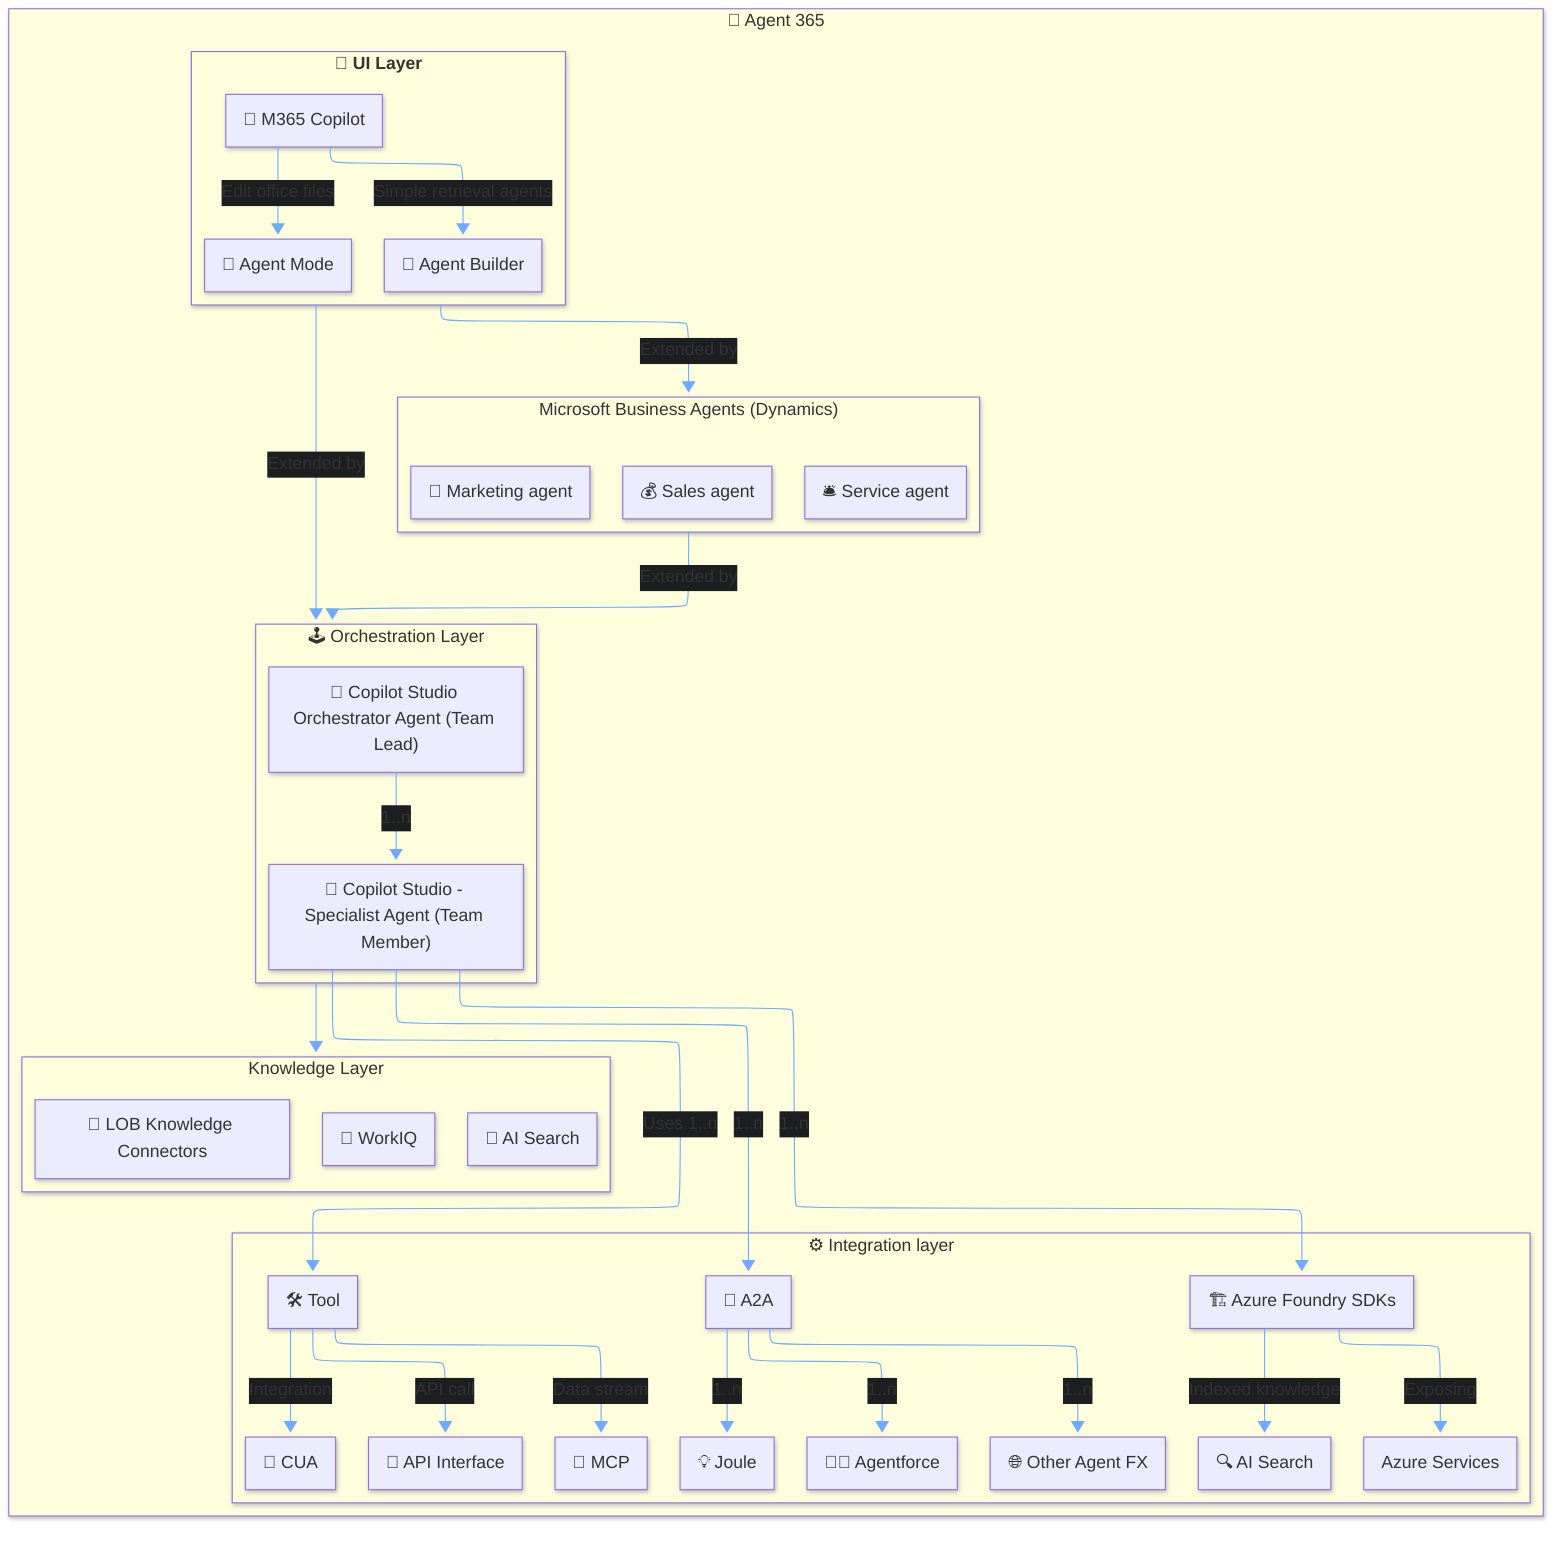
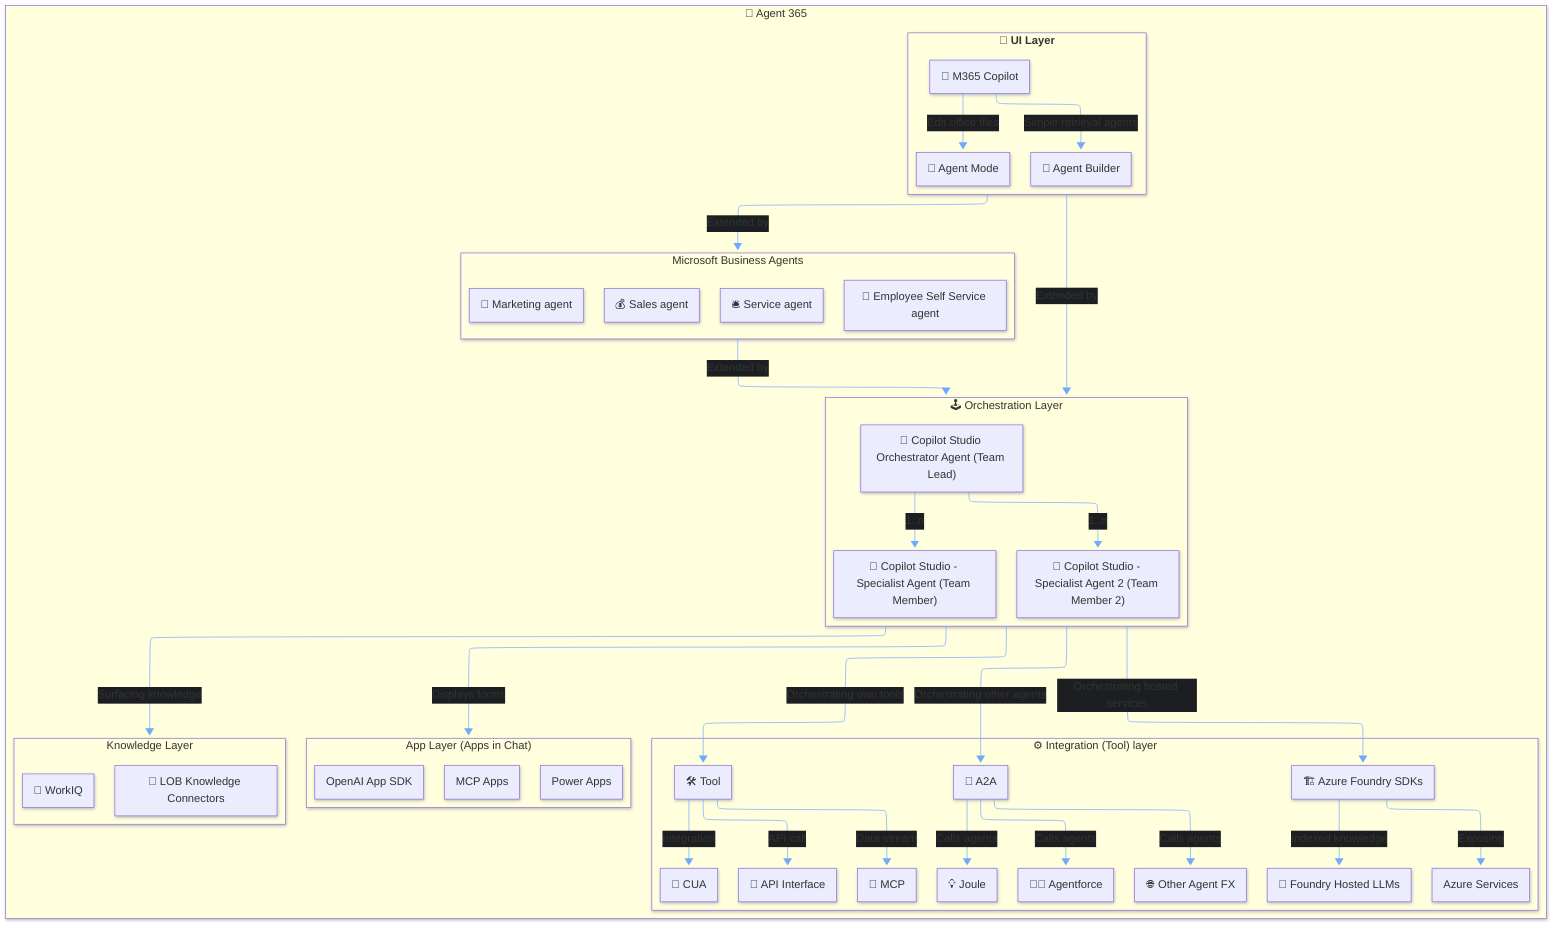
---
config:
  layout: elk
  look: neo
  themeVariables:
    primaryColor: '#1b365d'
    secondaryColor: '#2176ff'
    tertiaryColor: '#dfe9f3'
    primaryBorderColor: '#2176ff'
    lineColor: '#6faaff'
    edgeLabelBackground: '#1c1e21'
---
flowchart TB
 subgraph UI["`🎨 **UI Layer**`"]
        M365["🧠 M365 Copilot"]
        AL["🤖 Agent Mode"]
        AB["🧩 Agent Builder"]
  end
 subgraph ORCH["🕹️ Orchestration Layer"]
        CS["📢 Copilot Studio Orchestrator Agent (Team Lead)"]
-         SA["🧭 Copilot Studio - Specialist Agent (Team Member)"]
+         SA1["🧭 Copilot Studio - Specialist Agent (Team Member)"]
+         SA2["🧭 Copilot Studio - Specialist Agent 2 (Team Member 2)"]
  end

-  subgraph SYS["⚙️ Integration layer"]
+  subgraph SYS["⚙️ Integration (Tool) layer"]
        FT["🏗️ Azure Foundry SDKs"]
-         AIS["🔍 AI Search"]
+         AIM["🔍 HHosted LLMs"]
        AZS["Azure Services"]
        TOOL["🛠️ Tool"]
        API["🔗 API Interface"]
        MCP["📡 MCP"]
        CWS["🧰 CUA"]
        A2A["🔄 A2A"]
        JOULE["💡 Joule"]
        AF["🧑‍✈️ Agentforce"]
        EXT["🌐 Other Agent FX"]
  end

-  subgraph BIZ["Microsoft Business Agents (Dynamics)"]
+  subgraph BIZ["Microsoft Business Agents"]

        SALES["💰 Sales agent"]
        SERVICE["🛎️ Service agent"]
        MARK["📣 Marketing agent"]
+         ESS["👥 Employee Self Service agent"]

  end
 subgraph KNO["Knowledge Layer"]
        WIQ["🧠 WorkIQ"]
-         AIS2["🔎 AI Search"]
+         AIM["🔎 Foundry Hosted LLMs"]
        KNOC["🏥 LOB Knowledge Connectors"]
  end
+ subgraph APP["App Layer (Apps in Chat)"]
+       MCPAPPS["MCP Apps"]
+       PA["Power Apps"]
+       OAIAPP["OpenAI App SDK"]
+ end
+ 
 subgraph A365["💼 Agent 365"]
        ORCH
        SYS
        UI
        BIZ
        KNO
+         APP
  end


    M365 -- Edit office files --> AL
    M365 -- Simple retrieval agents --> AB
    UI -- Extended by --> ORCH & BIZ
    BIZ -- Extended by --> ORCH
-     SA -- "1..n" --> FT & A2A
-     CS -- "1..n" --> SA
-     FT -- Indexed knowledge --> AIS
+     ORCH -- "Orchestrating other agents" --> A2A
+     ORCH -- "Orchestrating hosted services" --> FT
+     ORCH -- "Orchestrating own tools" --> TOOL
+     ORCH -- "Surfacing knowledge" --> KNO
+     ORCH -- "Displays forms" --> APP
+     CS -- "1..n" --> SA1 & SA2
+     FT -- Indexed knowledge --> AIM
    TOOL -- API call --> API
    TOOL -- Data stream --> MCP
    TOOL -- Integration --> CWS
-     A2A -- "1..n" --> JOULE & AF & EXT
+     A2A -- "Calls agents" --> JOULE & AF & EXT
    FT -- Exposing --> AZS
-     SA -- "Uses 1..n" --> TOOL
-     ORCH --> KNO
